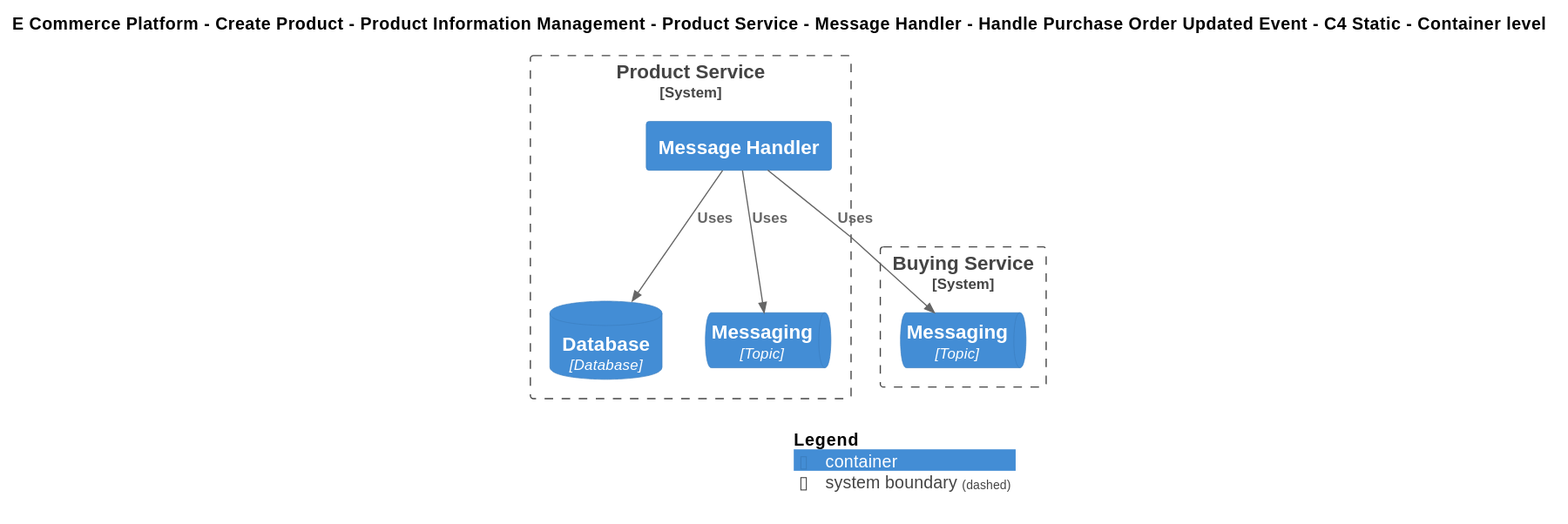
Earlier version of the PlantUML export Samples/E-Commerce Platform/Yaml/Diagrams/E Commerce Platform/Create Product/Product Information Management/Software Systems/Product Service/Containers/Message Handler/Interfaces/Handle Purchase Order Updated Event/Container - C4 Static.svg (mnadenysenko/C4InterFlow). The source it was exported from:
```plantuml
@startuml
!include ..\..\..\..\..\..\..\..\..\.c4s\C4_Container.puml

AddElementTag("c4interflow:lifecycle:new", $bgColor=green, $fontColor=#ffffff, $borderColor=green, $shadowing="False")
AddElementTag("c4interflow:lifecycle:changed", $bgColor=orange, $fontColor=#ffffff, $borderColor=orange, $shadowing="False")
AddElementTag("c4interflow:lifecycle:removed", $bgColor=red, $fontColor=#ffffff, $borderColor=red, $shadowing="False")

AddRelTag("c4interflow:lifecycle:new", $textColor=green, $lineColor=green)
AddRelTag("c4interflow:lifecycle:changed", $textColor=orange, $lineColor=orange)
AddRelTag("c4interflow:lifecycle:removed", $textColor=red, $lineColor=red)

SHOW_PERSON_PORTRAIT()
LAYOUT_TOP_DOWN()

skinparam linetype polyline

title E Commerce Platform - Create Product - Product Information Management - Product Service - Message Handler - Handle Purchase Order Updated Event - C4 Static - Container level


System_Boundary(ECommercePlatform.CreateProduct.ProductInformationManagement.SoftwareSystems.ProductService, "Product Service") {
    Container(ECommercePlatform.CreateProduct.ProductInformationManagement.SoftwareSystems.ProductService.Containers.MessageHandler, "Message Handler", "", "")
    ContainerDb(ECommercePlatform.CreateProduct.ProductInformationManagement.SoftwareSystems.ProductService.Containers.Database, "Database", "Database", "")
    ContainerQueue(ECommercePlatform.CreateProduct.ProductInformationManagement.SoftwareSystems.ProductService.Containers.Messaging, "Messaging", "Topic", "")
}

System_Boundary(ECommercePlatform.CreateProduct.BuyingAndMerchandising.SoftwareSystems.BuyingService, "Buying Service") {
    ContainerQueue(ECommercePlatform.CreateProduct.BuyingAndMerchandising.SoftwareSystems.BuyingService.Containers.Messaging, "Messaging", "Topic", "")
}

Rel(ECommercePlatform.CreateProduct.ProductInformationManagement.SoftwareSystems.ProductService.Containers.MessageHandler, ECommercePlatform.CreateProduct.BuyingAndMerchandising.SoftwareSystems.BuyingService.Containers.Messaging, "Uses")
Rel(ECommercePlatform.CreateProduct.ProductInformationManagement.SoftwareSystems.ProductService.Containers.MessageHandler, ECommercePlatform.CreateProduct.ProductInformationManagement.SoftwareSystems.ProductService.Containers.Database, "Uses")
Rel(ECommercePlatform.CreateProduct.ProductInformationManagement.SoftwareSystems.ProductService.Containers.MessageHandler, ECommercePlatform.CreateProduct.ProductInformationManagement.SoftwareSystems.ProductService.Containers.Messaging, "Uses")


SHOW_LEGEND()
@enduml
```
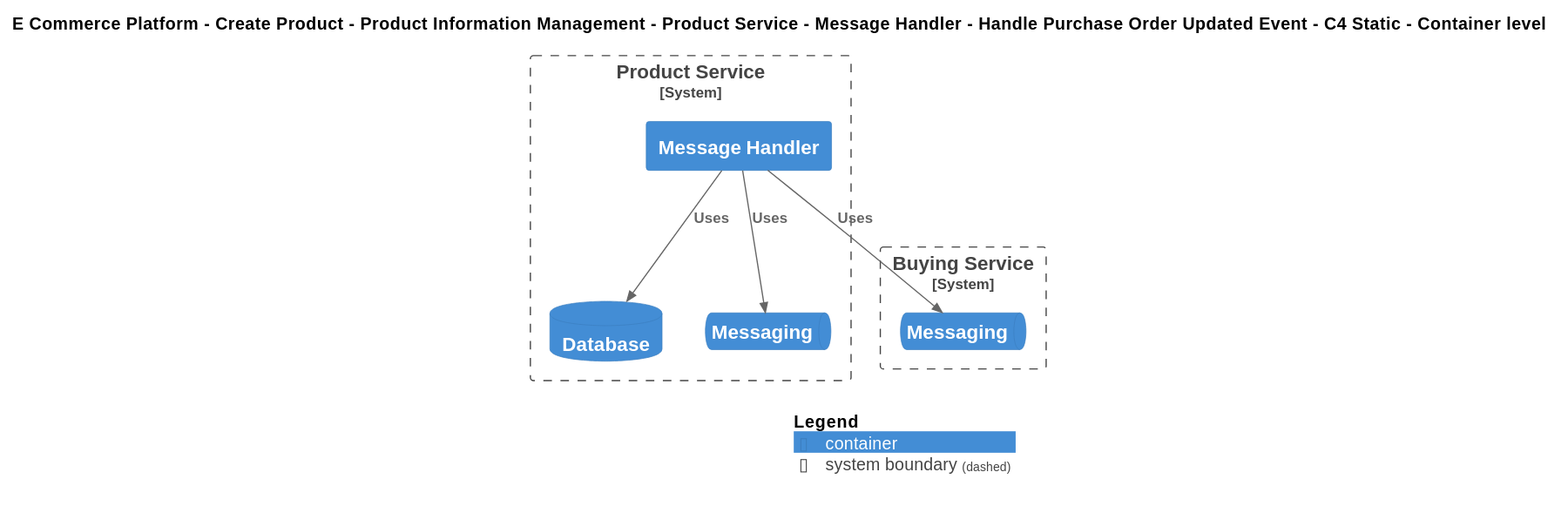
After the commit.

The edit, as a diff of the source:
```diff
@@ -19,12 +19,12 @@
 
 System_Boundary(ECommercePlatform.CreateProduct.ProductInformationManagement.SoftwareSystems.ProductService, "Product Service") {
     Container(ECommercePlatform.CreateProduct.ProductInformationManagement.SoftwareSystems.ProductService.Containers.MessageHandler, "Message Handler", "", "")
-    ContainerDb(ECommercePlatform.CreateProduct.ProductInformationManagement.SoftwareSystems.ProductService.Containers.Database, "Database", "Database", "")
-    ContainerQueue(ECommercePlatform.CreateProduct.ProductInformationManagement.SoftwareSystems.ProductService.Containers.Messaging, "Messaging", "Topic", "")
+    ContainerDb(ECommercePlatform.CreateProduct.ProductInformationManagement.SoftwareSystems.ProductService.Containers.Database, "Database", "", "")
+    ContainerQueue(ECommercePlatform.CreateProduct.ProductInformationManagement.SoftwareSystems.ProductService.Containers.Messaging, "Messaging", "", "")
 }
 
 System_Boundary(ECommercePlatform.CreateProduct.BuyingAndMerchandising.SoftwareSystems.BuyingService, "Buying Service") {
-    ContainerQueue(ECommercePlatform.CreateProduct.BuyingAndMerchandising.SoftwareSystems.BuyingService.Containers.Messaging, "Messaging", "Topic", "")
+    ContainerQueue(ECommercePlatform.CreateProduct.BuyingAndMerchandising.SoftwareSystems.BuyingService.Containers.Messaging, "Messaging", "", "")
 }
 
 Rel(ECommercePlatform.CreateProduct.ProductInformationManagement.SoftwareSystems.ProductService.Containers.MessageHandler, ECommercePlatform.CreateProduct.BuyingAndMerchandising.SoftwareSystems.BuyingService.Containers.Messaging, "Uses")
```
